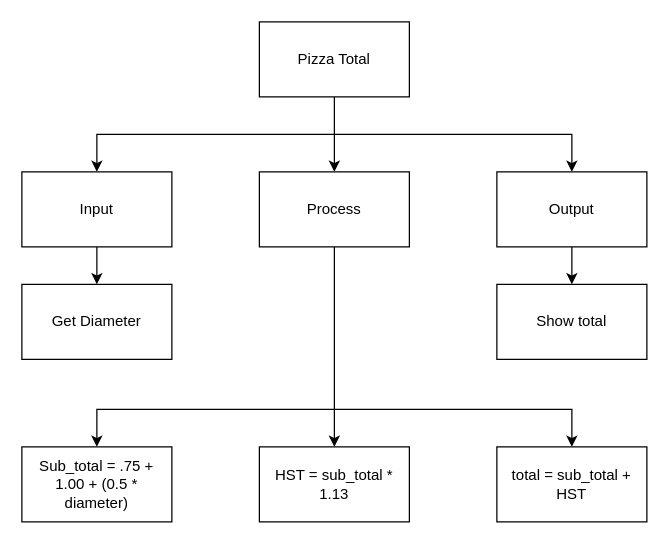
Peter-Gemmell/ICS3U-Assignment-5-Python keeps this draw.io diagram as Draw.io/topdown.drawio. Above is the earlier version. Source tidied: cells renumbered, new cells numbered last; positions are measured from the earlier drawing's top-left corner, leaving out a move shared by most shapes. Both pictures are drawn from the tidied source at 125%, with x=0, y=0 at pixel (21, 21).
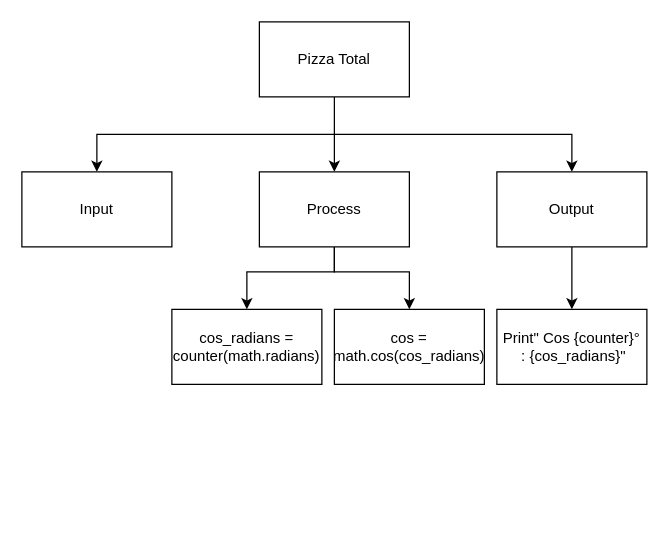
The same diagram, later.

Unchanged cells that the change refers to:
```xml
<mxCell id="7" value="Input" style="rounded=0;whiteSpace=wrap;html=1;" parent="1" vertex="1">
  <mxGeometry y="120" width="120" height="60" as="geometry" />
</mxCell>
<mxCell id="11" value="Process" style="rounded=0;whiteSpace=wrap;html=1;" parent="1" vertex="1">
  <mxGeometry x="190" y="120" width="120" height="60" as="geometry" />
</mxCell>
```

What changed in the source:
```diff
@@
-    <mxCell id="6" style="edgeStyle=none;rounded=0;html=1;" parent="1" edge="1" source="7" target="14">
-      <mxGeometry relative="1" as="geometry" />
-    </mxCell>
@@
-    <mxCell id="8" style="edgeStyle=none;rounded=0;html=1;" parent="1" edge="1" source="11" target="16">
-      <mxGeometry relative="1" as="geometry" />
-    </mxCell>
-    <mxCell id="9" style="edgeStyle=none;rounded=0;html=1;entryX=0.5;entryY=0;entryDx=0;entryDy=0;" parent="1" edge="1" target="18">
-      <mxGeometry relative="1" as="geometry">
-        <mxPoint x="250" y="310" as="sourcePoint" />
-        <Array as="points">
-          <mxPoint x="440" y="310" />
-        </Array>
-      </mxGeometry>
-    </mxCell>
-    <mxCell id="10" style="edgeStyle=none;rounded=0;html=1;entryX=0.5;entryY=0;entryDx=0;entryDy=0;" parent="1" edge="1" target="17">
-      <mxGeometry relative="1" as="geometry">
-        <mxPoint x="250" y="310" as="sourcePoint" />
-        <Array as="points">
-          <mxPoint x="60" y="310" />
-        </Array>
-      </mxGeometry>
-    </mxCell>
+    <mxCell id="19" style="edgeStyle=none;html=1;exitX=0.5;exitY=1;exitDx=0;exitDy=0;entryX=0.5;entryY=0;entryDx=0;entryDy=0;rounded=0;" parent="1" edge="1" source="11" target="10">
+      <mxGeometry relative="1" as="geometry">
+        <Array as="points">
+          <mxPoint x="250" y="200" />
+          <mxPoint x="180" y="200" />
+        </Array>
+      </mxGeometry>
+    </mxCell>
+    <mxCell id="20" style="edgeStyle=none;html=1;exitX=0.5;exitY=1;exitDx=0;exitDy=0;entryX=0.5;entryY=0;entryDx=0;entryDy=0;rounded=0;" parent="1" edge="1" source="11" target="21">
+      <mxGeometry relative="1" as="geometry">
+        <Array as="points">
+          <mxPoint x="250" y="200" />
+          <mxPoint x="310" y="200" />
+        </Array>
+      </mxGeometry>
+    </mxCell>
@@
-    <mxCell id="14" value="Get Diameter" style="rounded=0;whiteSpace=wrap;html=1;" parent="1" vertex="1">
-      <mxGeometry y="210" width="120" height="60" as="geometry" />
-    </mxCell>
-    <mxCell id="15" value="Show total" style="rounded=0;whiteSpace=wrap;html=1;" parent="1" vertex="1">
-      <mxGeometry x="380" y="210" width="120" height="60" as="geometry" />
+    <mxCell id="15" value="Print&quot; Cos {counter}°&lt;br&gt;&amp;nbsp;: {cos_radians}&quot;" style="rounded=0;whiteSpace=wrap;html=1;" parent="1" vertex="1">
+      <mxGeometry x="380" y="230" width="120" height="60" as="geometry" />
     </mxCell>
-    <mxCell id="16" value="HST = sub_total * 1.13" style="rounded=0;whiteSpace=wrap;html=1;" parent="1" vertex="1">
-      <mxGeometry x="190" y="340" width="120" height="60" as="geometry" />
-    </mxCell>
-    <mxCell id="17" value="Sub_total = .75 + 1.00 + (0.5 * diameter)" style="rounded=0;whiteSpace=wrap;html=1;" parent="1" vertex="1">
-      <mxGeometry y="340" width="120" height="60" as="geometry" />
-    </mxCell>
-    <mxCell id="18" value="total = sub_total + HST" style="rounded=0;whiteSpace=wrap;html=1;" parent="1" vertex="1">
-      <mxGeometry x="380" y="340" width="120" height="60" as="geometry" />
-    </mxCell>
+    <mxCell id="10" value="cos_radians = counter(math.radians)" style="rounded=0;whiteSpace=wrap;html=1;" parent="1" vertex="1">
+      <mxGeometry x="120" y="230" width="120" height="60" as="geometry" />
+    </mxCell>
+    <mxCell id="21" value="cos = math.cos(cos_radians)" style="rounded=0;whiteSpace=wrap;html=1;" parent="1" vertex="1">
+      <mxGeometry x="250" y="230" width="120" height="60" as="geometry" />
+    </mxCell>
```
